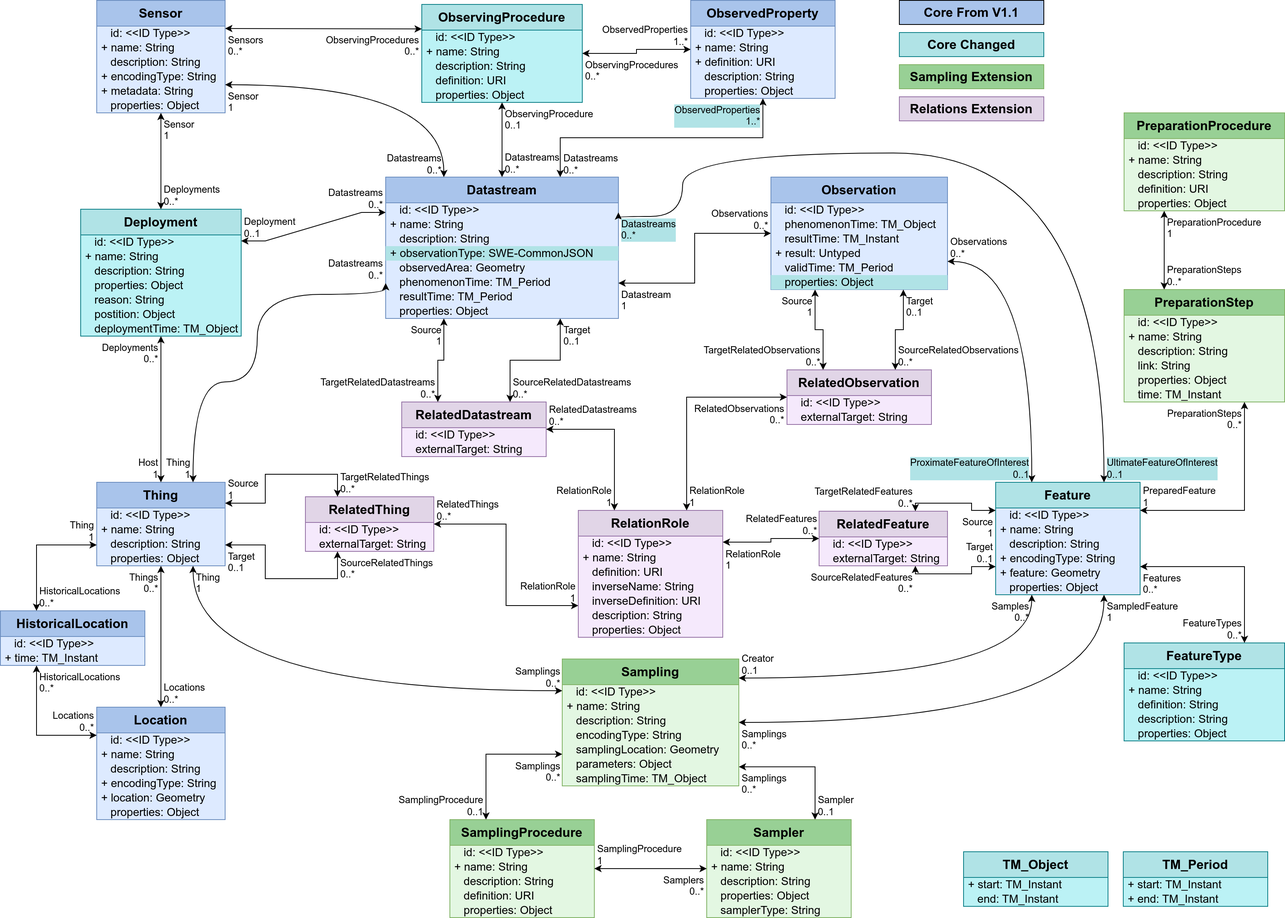
opengeospatial/sensorthings keeps this draw.io diagram as figures/Datamodel-SensorThingsApi-V2-proposal-1.drawio.png. Above is the earlier version. Source tidied: cells renumbered, new cells last; positions are measured from the earlier drawing's top-left corner, leaving out a move shared by most shapes.
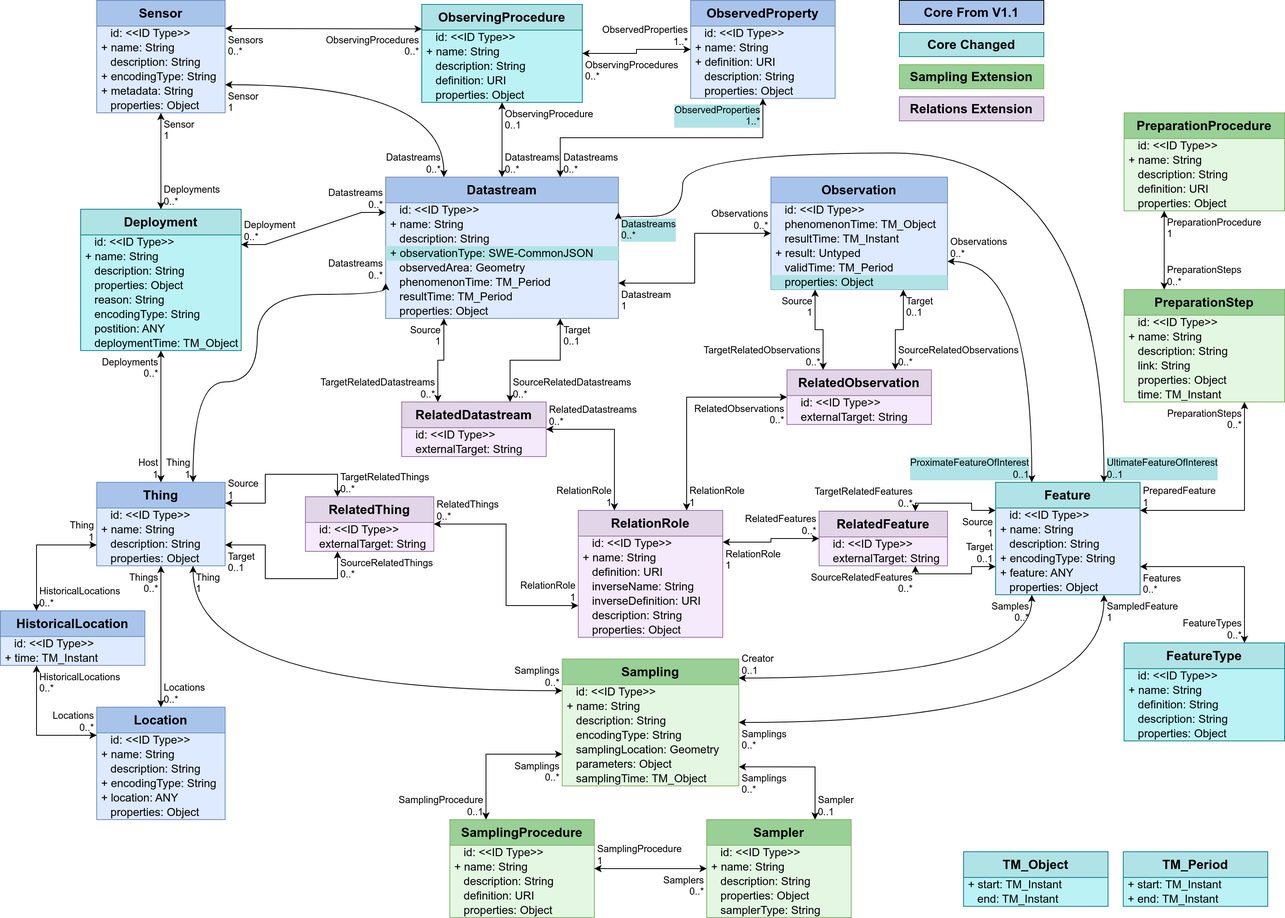
After the change.

Change to the diagram source:
```diff
@@ -30,7 +30,7 @@
       <mxGeometry y="158" width="290" height="18" as="geometry" />
     </mxCell>
     <mxCell id="11" value="Deployment" style="swimlane;fontStyle=1;horizontal=1;startSize=32;fontSize=16;whiteSpace=wrap;html=1;fillColor=#b0e3e6;strokeColor=#0e8088;swimlaneFillColor=#BBF2F5;verticalAlign=top;" parent="1" vertex="1">
-      <mxGeometry x="100" y="260" width="200" height="158" as="geometry" />
+      <mxGeometry x="100" y="260" width="200" height="176" as="geometry" />
     </mxCell>
     <mxCell id="12" value="&amp;nbsp;&amp;nbsp;&amp;nbsp;id: &amp;lt;&amp;lt;ID Type&amp;gt;&amp;gt;" style="text;strokeColor=none;fillColor=none;align=left;verticalAlign=middle;spacingLeft=4;spacingRight=4;overflow=visible;html=1;fontSize=14;" parent="11" vertex="1">
       <mxGeometry y="32" width="200" height="18" as="geometry" />
@@ -47,11 +47,14 @@
     <mxCell id="16" value="&amp;nbsp;&amp;nbsp;&amp;nbsp;reason: String" style="text;strokeColor=none;fillColor=none;align=left;verticalAlign=middle;spacingLeft=4;spacingRight=4;overflow=visible;html=1;fontSize=14;" parent="11" vertex="1">
       <mxGeometry y="104" width="200" height="18" as="geometry" />
     </mxCell>
+    <mxCell id="244" value="&amp;nbsp;&amp;nbsp; encodingType: String" style="text;strokeColor=none;fillColor=none;align=left;verticalAlign=middle;spacingLeft=4;spacingRight=4;overflow=visible;html=1;fontSize=14;" parent="11" vertex="1">
+      <mxGeometry y="122" width="200" height="18" as="geometry" />
+    </mxCell>
-    <mxCell id="17" value="&amp;nbsp;&amp;nbsp;&amp;nbsp;postition: Object" style="text;strokeColor=none;fillColor=none;align=left;verticalAlign=middle;spacingLeft=4;spacingRight=4;overflow=visible;html=1;fontSize=14;" parent="11" vertex="1">
-      <mxGeometry y="122" width="200" height="18" as="geometry" />
+    <mxCell id="17" value="&amp;nbsp;&amp;nbsp;&amp;nbsp;postition: ANY" style="text;strokeColor=none;fillColor=none;align=left;verticalAlign=middle;spacingLeft=4;spacingRight=4;overflow=visible;html=1;fontSize=14;" parent="11" vertex="1">
+      <mxGeometry y="140" width="200" height="18" as="geometry" />
     </mxCell>
     <mxCell id="18" value="&amp;nbsp;&amp;nbsp;&amp;nbsp;deploymentTime: TM_Object" style="text;strokeColor=none;fillColor=none;align=left;verticalAlign=middle;spacingLeft=4;spacingRight=4;overflow=visible;html=1;fontSize=14;" parent="11" vertex="1">
-      <mxGeometry y="140" width="200" height="18" as="geometry" />
+      <mxGeometry y="158" width="200" height="18" as="geometry" />
     </mxCell>
     <mxCell id="19" value="Feature" style="swimlane;fontStyle=1;horizontal=1;startSize=32;fontSize=16;whiteSpace=wrap;html=1;fillColor=#b0e3e6;strokeColor=#0e8088;swimlaneFillColor=#DDEAFF;verticalAlign=top;" parent="1" vertex="1">
       <mxGeometry x="1240" y="600" width="180" height="140" as="geometry" />
@@ -68,7 +71,7 @@
     <mxCell id="23" value="+ encodingType: String" style="text;strokeColor=none;fillColor=none;align=left;verticalAlign=middle;spacingLeft=4;spacingRight=4;overflow=visible;html=1;fontSize=14;" parent="19" vertex="1">
       <mxGeometry y="86" width="180" height="18" as="geometry" />
     </mxCell>
-    <mxCell id="24" value="+ feature: Geometry" style="text;strokeColor=none;fillColor=none;align=left;verticalAlign=middle;spacingLeft=4;spacingRight=4;overflow=visible;html=1;fontSize=14;" parent="19" vertex="1">
+    <mxCell id="24" value="+ feature: ANY" style="text;strokeColor=none;fillColor=none;align=left;verticalAlign=middle;spacingLeft=4;spacingRight=4;overflow=visible;html=1;fontSize=14;" parent="19" vertex="1">
       <mxGeometry y="104" width="180" height="18" as="geometry" />
     </mxCell>
     <mxCell id="25" value="&amp;nbsp;&amp;nbsp;&amp;nbsp;properties: Object" style="text;strokeColor=none;fillColor=none;align=left;verticalAlign=middle;spacingLeft=4;spacingRight=4;overflow=visible;html=1;fontSize=14;" parent="19" vertex="1">
@@ -140,7 +143,7 @@
     <mxCell id="45" value="+ encodingType: String" style="text;strokeColor=none;fillColor=none;align=left;verticalAlign=middle;spacingLeft=4;spacingRight=4;overflow=visible;html=1;fontSize=14;" parent="41" vertex="1">
       <mxGeometry y="86" width="160" height="18" as="geometry" />
     </mxCell>
-    <mxCell id="46" value="+ location: Geometry" style="text;strokeColor=none;fillColor=none;align=left;verticalAlign=middle;spacingLeft=4;spacingRight=4;overflow=visible;html=1;fontSize=14;" parent="41" vertex="1">
+    <mxCell id="46" value="+ location: ANY" style="text;strokeColor=none;fillColor=none;align=left;verticalAlign=middle;spacingLeft=4;spacingRight=4;overflow=visible;html=1;fontSize=14;" parent="41" vertex="1">
       <mxGeometry y="104" width="160" height="18" as="geometry" />
     </mxCell>
     <mxCell id="47" value="&amp;nbsp;&amp;nbsp;&amp;nbsp;properties: Object" style="text;strokeColor=none;fillColor=none;align=left;verticalAlign=middle;spacingLeft=4;spacingRight=4;overflow=visible;html=1;fontSize=14;" parent="41" vertex="1">
@@ -719,7 +722,7 @@
     <mxCell id="234" style="endArrow=classic;startArrow=classic;html=1;rounded=0;exitX=1;exitY=0.25;exitDx=0;exitDy=0;entryX=0;entryY=0.25;entryDx=0;entryDy=0;edgeStyle=entityRelationEdgeStyle;" parent="1" edge="1" source="11" target="2">
       <mxGeometry relative="1" as="geometry" />
     </mxCell>
-    <mxCell id="235" value="Deployment&lt;br&gt;0..1" style="edgeLabel;html=1;align=left;verticalAlign=bottom;labelBackgroundColor=none;fontSize=12;spacingLeft=1;spacing=3;spacingRight=2;" parent="234" vertex="1">
+    <mxCell id="235" value="Deployment&lt;br&gt;0..*" style="edgeLabel;html=1;align=left;verticalAlign=bottom;labelBackgroundColor=none;fontSize=12;spacingLeft=1;spacing=3;spacingRight=2;" parent="234" vertex="1">
       <mxGeometry x="-1" relative="1" as="geometry" />
     </mxCell>
     <mxCell id="236" value="Datastreams&lt;br&gt;0..*" style="edgeLabel;html=1;align=right;verticalAlign=bottom;labelBackgroundColor=none;fontSize=12;spacingLeft=1;spacing=3;spacingRight=2;" parent="234" vertex="1">
```
